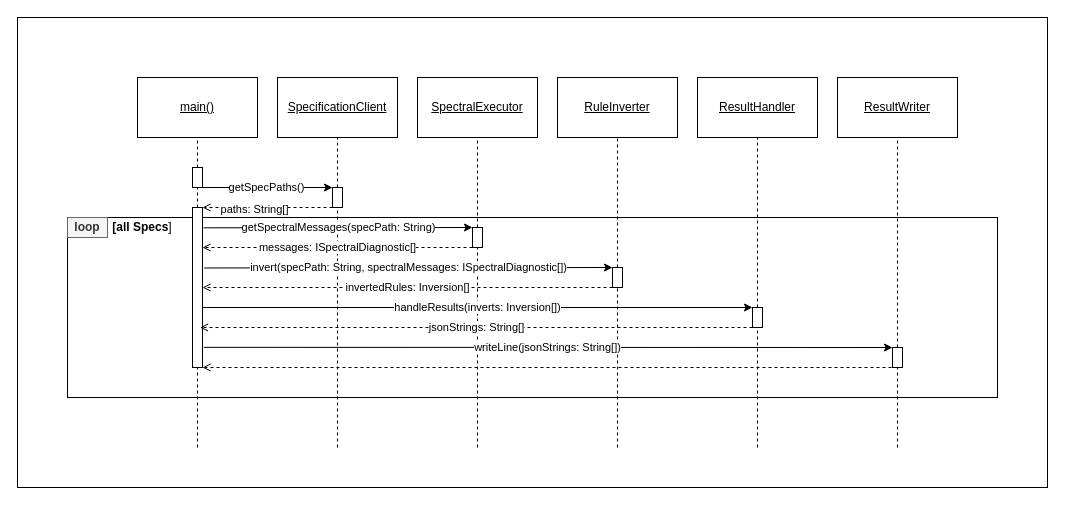
Above: requirements/diagram/runtimeview.drawio in paulbrenker/thesis (draw.io), before the change. Source tidied: cells renumbered, new cells numbered last; positions are measured from the earlier drawing's top-left corner, leaving out a move shared by most shapes. Both pictures are drawn from the tidied source at 100%, with x=0, y=0 at pixel (17, 17).
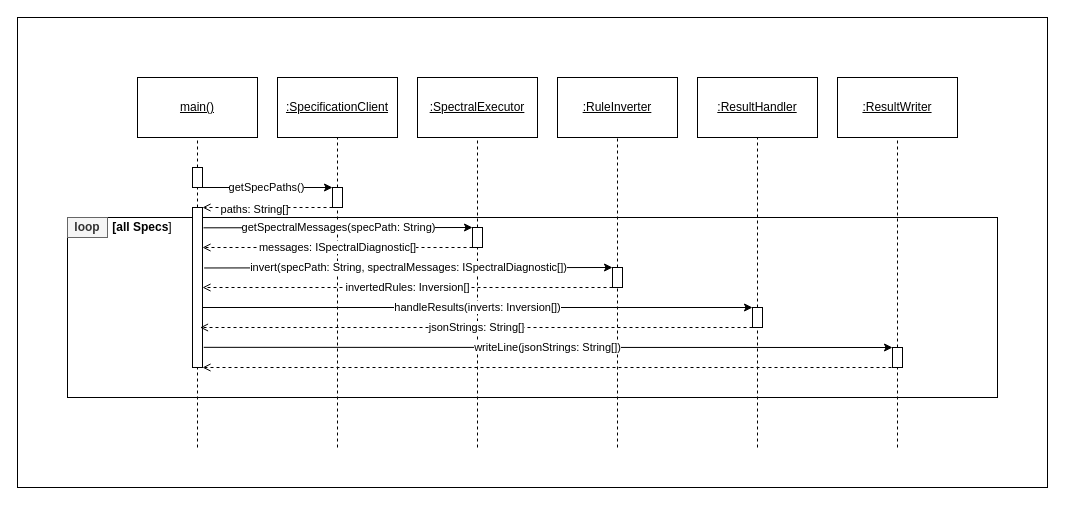
Above is the later version.

What changed in the source:
```diff
@@
-    <mxCell id="4" value="&lt;u&gt;SpectralExecutor&lt;/u&gt;" style="rounded=0;whiteSpace=wrap;html=1;" parent="1" vertex="1">
+    <mxCell id="4" value="&lt;u&gt;:SpectralExecutor&lt;/u&gt;" style="rounded=0;whiteSpace=wrap;html=1;" parent="1" vertex="1">
       <mxGeometry x="400" y="60" width="120" height="60" as="geometry" />
     </mxCell>
-    <mxCell id="5" value="&lt;u&gt;SpecificationClient&lt;/u&gt;" style="rounded=0;whiteSpace=wrap;html=1;" parent="1" vertex="1">
+    <mxCell id="5" value="&lt;u&gt;:SpecificationClient&lt;/u&gt;" style="rounded=0;whiteSpace=wrap;html=1;" parent="1" vertex="1">
       <mxGeometry x="260" y="60" width="120" height="60" as="geometry" />
     </mxCell>
@@
-    <mxCell id="7" value="&lt;u&gt;RuleInverter&lt;/u&gt;" style="rounded=0;whiteSpace=wrap;html=1;" parent="1" vertex="1">
+    <mxCell id="7" value="&lt;u&gt;:RuleInverter&lt;/u&gt;" style="rounded=0;whiteSpace=wrap;html=1;" parent="1" vertex="1">
       <mxGeometry x="540" y="60" width="120" height="60" as="geometry" />
     </mxCell>
-    <mxCell id="8" value="&lt;u&gt;ResultHandler&lt;/u&gt;" style="rounded=0;whiteSpace=wrap;html=1;" parent="1" vertex="1">
+    <mxCell id="8" value="&lt;u&gt;:ResultHandler&lt;/u&gt;" style="rounded=0;whiteSpace=wrap;html=1;" parent="1" vertex="1">
       <mxGeometry x="680" y="60" width="120" height="60" as="geometry" />
     </mxCell>
-    <mxCell id="9" value="&lt;u&gt;ResultWriter&lt;/u&gt;" style="rounded=0;whiteSpace=wrap;html=1;" parent="1" vertex="1">
+    <mxCell id="9" value="&lt;u&gt;:ResultWriter&lt;/u&gt;" style="rounded=0;whiteSpace=wrap;html=1;" parent="1" vertex="1">
       <mxGeometry x="820" y="60" width="120" height="60" as="geometry" />
     </mxCell>
```
